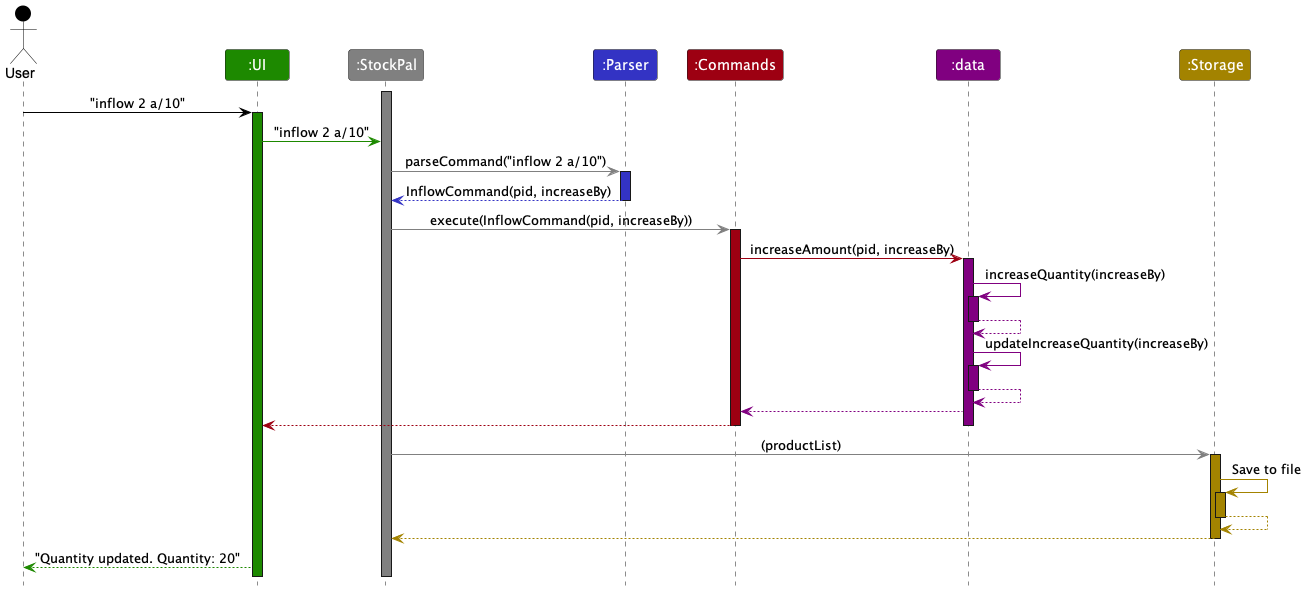
Before: docs/images/InflowCommandSequence.png, a diagram exported from PlantUML (leongxingyu/tp).
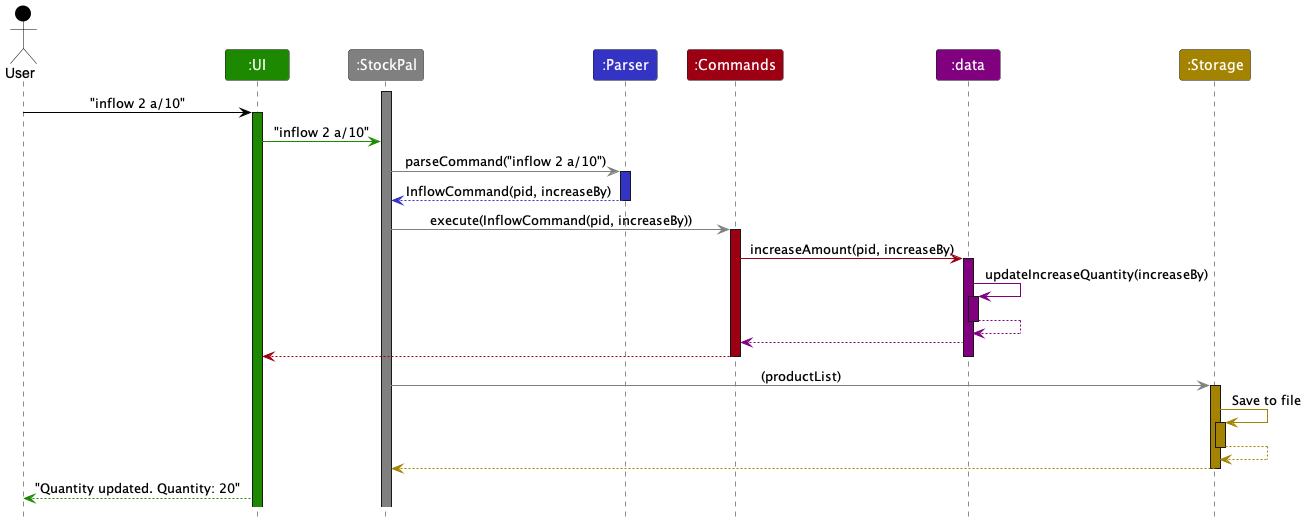
After the commit.

What changed in the source:
```diff
@@ -29,11 +29,6 @@
 commands -[COMMANDS_COLOR]> data : increaseAmount(pid, increaseBy)
 activate data DATA_COLOR
 
-data -[DATA_COLOR]> data : increaseQuantity(increaseBy)
-activate data DATA_COLOR
-data --[DATA_COLOR]> data
-deactivate data
-
 data -[DATA_COLOR]> data : updateIncreaseQuantity(increaseBy)
 activate data DATA_COLOR
 data --[DATA_COLOR]> data
```
